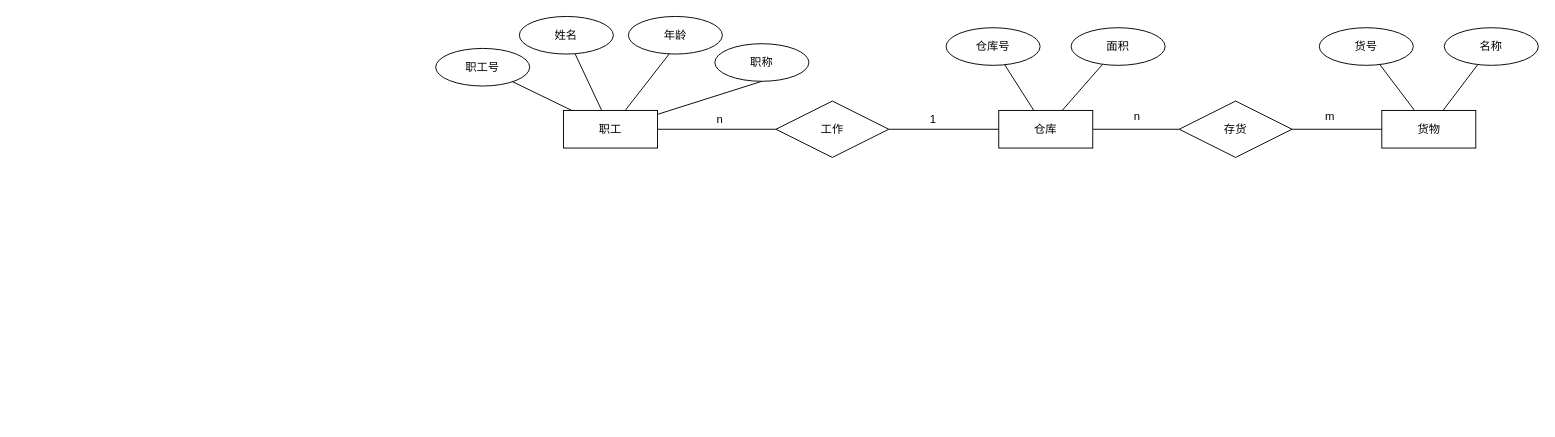
Before: 数据原理.drawio in Wishlove09/drawio, a draw.io diagram. Source tidied: cells renumbered, new cells numbered last; positions are measured from the earlier drawing's top-left corner, leaving out a move shared by most shapes. Both pictures are drawn from the tidied source at 94%, with x=0, y=0 at pixel (435, 16).
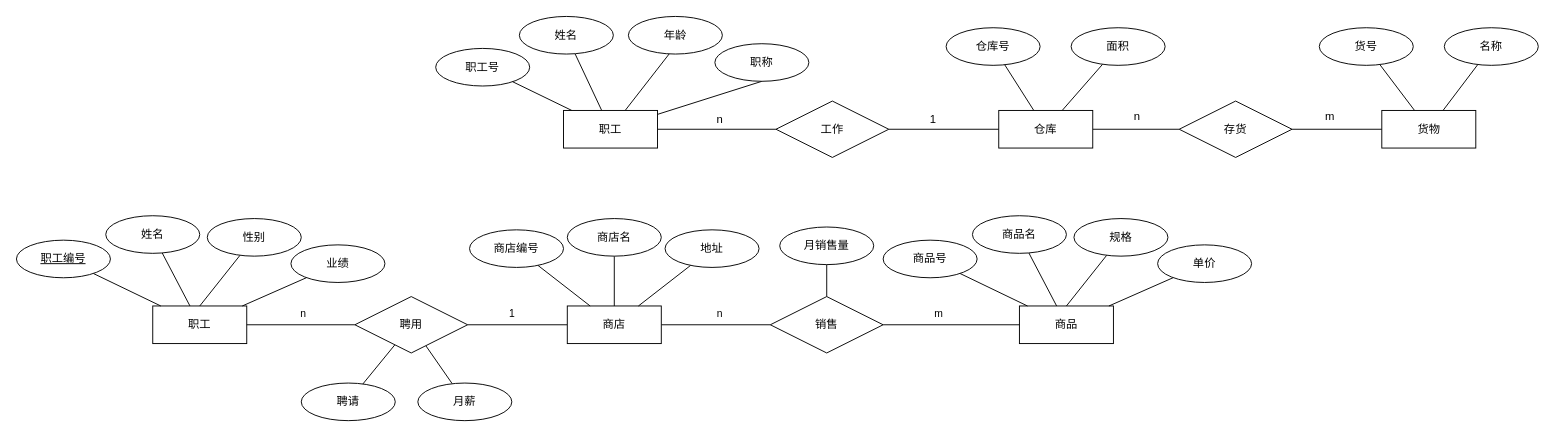
The same diagram, later.

Commit message (it also covers changes not shown here):
更新数据原理.drawio

Change to the diagram source:
```diff
@@
+    <mxCell id="31" style="edgeStyle=none;shape=connector;rounded=0;jettySize=auto;html=1;entryX=0;entryY=0.5;entryDx=0;entryDy=0;labelBackgroundColor=default;strokeColor=default;fontFamily=Helvetica;fontSize=11;fontColor=default;endArrow=none;endFill=0;" parent="1" edge="1" source="33" target="50">
+      <mxGeometry relative="1" as="geometry" />
+    </mxCell>
+    <mxCell id="32" style="edgeStyle=none;shape=connector;rounded=0;jettySize=auto;html=1;labelBackgroundColor=default;strokeColor=default;fontFamily=Helvetica;fontSize=11;fontColor=default;endArrow=none;endFill=0;" parent="1" edge="1" source="33" target="67">
+      <mxGeometry relative="1" as="geometry" />
+    </mxCell>
+    <mxCell id="33" value="商店" style="whiteSpace=wrap;html=1;align=center;" parent="1" vertex="1">
+      <mxGeometry x="140" y="308" width="100" height="40" as="geometry" />
+    </mxCell>
+    <mxCell id="34" style="rounded=0;jettySize=auto;html=1;endArrow=none;endFill=0;" parent="1" edge="1" source="35" target="33">
+      <mxGeometry relative="1" as="geometry" />
+    </mxCell>
+    <mxCell id="35" value="商店编号" style="ellipse;whiteSpace=wrap;html=1;align=center;" parent="1" vertex="1">
+      <mxGeometry x="36" y="227" width="100" height="40" as="geometry" />
+    </mxCell>
+    <mxCell id="36" style="rounded=0;jettySize=auto;html=1;endArrow=none;endFill=0;" parent="1" edge="1" source="37" target="33">
+      <mxGeometry relative="1" as="geometry" />
+    </mxCell>
+    <mxCell id="37" value="商店名" style="ellipse;whiteSpace=wrap;html=1;align=center;" parent="1" vertex="1">
+      <mxGeometry x="140" y="215" width="100" height="40" as="geometry" />
+    </mxCell>
+    <mxCell id="38" style="rounded=0;jettySize=auto;html=1;endArrow=none;endFill=0;" parent="1" edge="1" source="39" target="33">
+      <mxGeometry relative="1" as="geometry" />
+    </mxCell>
+    <mxCell id="39" value="地址" style="ellipse;whiteSpace=wrap;html=1;align=center;" parent="1" vertex="1">
+      <mxGeometry x="244" y="227" width="100" height="40" as="geometry" />
+    </mxCell>
+    <mxCell id="40" value="商品" style="whiteSpace=wrap;html=1;align=center;" parent="1" vertex="1">
+      <mxGeometry x="621" y="308" width="100" height="40" as="geometry" />
+    </mxCell>
+    <mxCell id="41" style="edgeStyle=none;shape=connector;rounded=0;jettySize=auto;html=1;labelBackgroundColor=default;strokeColor=default;fontFamily=Helvetica;fontSize=11;fontColor=default;endArrow=none;endFill=0;" parent="1" edge="1" source="42" target="40">
+      <mxGeometry relative="1" as="geometry" />
+    </mxCell>
+    <mxCell id="42" value="商品号" style="ellipse;whiteSpace=wrap;html=1;align=center;" parent="1" vertex="1">
+      <mxGeometry x="476" y="238" width="100" height="40" as="geometry" />
+    </mxCell>
+    <mxCell id="43" style="edgeStyle=none;shape=connector;rounded=0;jettySize=auto;html=1;labelBackgroundColor=default;strokeColor=default;fontFamily=Helvetica;fontSize=11;fontColor=default;endArrow=none;endFill=0;" parent="1" edge="1" source="44" target="40">
+      <mxGeometry relative="1" as="geometry" />
+    </mxCell>
+    <mxCell id="44" value="商品名" style="ellipse;whiteSpace=wrap;html=1;align=center;" parent="1" vertex="1">
+      <mxGeometry x="571" y="212" width="100" height="40" as="geometry" />
+    </mxCell>
+    <mxCell id="45" style="rounded=0;jettySize=auto;html=1;entryX=0.5;entryY=0;entryDx=0;entryDy=0;strokeColor=default;endArrow=none;endFill=0;" parent="1" edge="1" source="46" target="40">
+      <mxGeometry relative="1" as="geometry" />
+    </mxCell>
+    <mxCell id="46" value="规格" style="ellipse;whiteSpace=wrap;html=1;align=center;" parent="1" vertex="1">
+      <mxGeometry x="679" y="215" width="100" height="40" as="geometry" />
+    </mxCell>
+    <mxCell id="47" style="edgeStyle=none;shape=connector;rounded=0;jettySize=auto;html=1;labelBackgroundColor=default;strokeColor=default;fontFamily=Helvetica;fontSize=11;fontColor=default;endArrow=none;endFill=0;" parent="1" edge="1" source="48" target="40">
+      <mxGeometry relative="1" as="geometry" />
+    </mxCell>
+    <mxCell id="48" value="单价" style="ellipse;whiteSpace=wrap;html=1;align=center;" parent="1" vertex="1">
+      <mxGeometry x="768" y="243" width="100" height="40" as="geometry" />
+    </mxCell>
+    <mxCell id="49" style="edgeStyle=none;shape=connector;rounded=0;jettySize=auto;html=1;entryX=0;entryY=0.5;entryDx=0;entryDy=0;labelBackgroundColor=default;strokeColor=default;fontFamily=Helvetica;fontSize=11;fontColor=default;endArrow=none;endFill=0;" parent="1" edge="1" source="50" target="40">
+      <mxGeometry relative="1" as="geometry" />
+    </mxCell>
+    <mxCell id="50" value="销售" style="shape=rhombus;perimeter=rhombusPerimeter;whiteSpace=wrap;html=1;align=center;" parent="1" vertex="1">
+      <mxGeometry x="356" y="298" width="120" height="60" as="geometry" />
+    </mxCell>
+    <mxCell id="51" style="edgeStyle=none;shape=connector;rounded=0;jettySize=auto;html=1;labelBackgroundColor=default;strokeColor=default;fontFamily=Helvetica;fontSize=11;fontColor=default;endArrow=none;endFill=0;" parent="1" edge="1" source="52" target="50">
+      <mxGeometry relative="1" as="geometry" />
+    </mxCell>
+    <mxCell id="52" value="月销售量" style="ellipse;whiteSpace=wrap;html=1;align=center;" parent="1" vertex="1">
+      <mxGeometry x="366" y="224" width="100" height="40" as="geometry" />
+    </mxCell>
+    <mxCell id="53" value="n" style="text;html=1;align=center;verticalAlign=middle;strokeColor=none;fillColor=none;fontSize=11;fontFamily=Helvetica;fontColor=default;" parent="1" vertex="1">
+      <mxGeometry x="289" y="303" width="25" height="26" as="geometry" />
+    </mxCell>
+    <mxCell id="54" value="m" style="text;html=1;align=center;verticalAlign=middle;strokeColor=none;fillColor=none;fontSize=11;fontFamily=Helvetica;fontColor=default;" parent="1" vertex="1">
+      <mxGeometry x="521" y="303" width="28" height="26" as="geometry" />
+    </mxCell>
+    <mxCell id="55" value="职工" style="whiteSpace=wrap;html=1;align=center;" parent="1" vertex="1">
+      <mxGeometry x="-301" y="308" width="100" height="40" as="geometry" />
+    </mxCell>
+    <mxCell id="56" style="edgeStyle=none;shape=connector;rounded=0;jettySize=auto;html=1;labelBackgroundColor=default;strokeColor=default;fontFamily=Helvetica;fontSize=11;fontColor=default;endArrow=none;endFill=0;" parent="1" edge="1" source="57" target="55">
+      <mxGeometry relative="1" as="geometry" />
+    </mxCell>
+    <mxCell id="57" value="职工编号" style="ellipse;whiteSpace=wrap;html=1;align=center;fontStyle=4;" parent="1" vertex="1">
+      <mxGeometry x="-446" y="238" width="100" height="40" as="geometry" />
+    </mxCell>
+    <mxCell id="58" style="edgeStyle=none;shape=connector;rounded=0;jettySize=auto;html=1;labelBackgroundColor=default;strokeColor=default;fontFamily=Helvetica;fontSize=11;fontColor=default;endArrow=none;endFill=0;" parent="1" edge="1" source="59" target="55">
+      <mxGeometry relative="1" as="geometry" />
+    </mxCell>
+    <mxCell id="59" value="姓名" style="ellipse;whiteSpace=wrap;html=1;align=center;" parent="1" vertex="1">
+      <mxGeometry x="-351" y="212" width="100" height="40" as="geometry" />
+    </mxCell>
+    <mxCell id="60" style="rounded=0;jettySize=auto;html=1;entryX=0.5;entryY=0;entryDx=0;entryDy=0;strokeColor=default;endArrow=none;endFill=0;" parent="1" edge="1" source="61" target="55">
+      <mxGeometry relative="1" as="geometry" />
+    </mxCell>
+    <mxCell id="61" value="性别" style="ellipse;whiteSpace=wrap;html=1;align=center;" parent="1" vertex="1">
+      <mxGeometry x="-243" y="215" width="100" height="40" as="geometry" />
+    </mxCell>
+    <mxCell id="62" style="edgeStyle=none;shape=connector;rounded=0;jettySize=auto;html=1;labelBackgroundColor=default;strokeColor=default;fontFamily=Helvetica;fontSize=11;fontColor=default;endArrow=none;endFill=0;" parent="1" edge="1" source="63" target="55">
+      <mxGeometry relative="1" as="geometry" />
+    </mxCell>
+    <mxCell id="63" value="业绩" style="ellipse;whiteSpace=wrap;html=1;align=center;" parent="1" vertex="1">
+      <mxGeometry x="-154" y="243" width="100" height="40" as="geometry" />
+    </mxCell>
+    <mxCell id="64" style="edgeStyle=none;shape=connector;rounded=0;jettySize=auto;html=1;entryX=1;entryY=0.5;entryDx=0;entryDy=0;labelBackgroundColor=default;strokeColor=default;fontFamily=Helvetica;fontSize=11;fontColor=default;endArrow=none;endFill=0;" parent="1" edge="1" source="67" target="55">
+      <mxGeometry relative="1" as="geometry" />
+    </mxCell>
+    <mxCell id="65" style="edgeStyle=none;shape=connector;rounded=0;jettySize=auto;html=1;labelBackgroundColor=default;strokeColor=default;fontFamily=Helvetica;fontSize=11;fontColor=default;endArrow=none;endFill=0;" parent="1" edge="1" source="67" target="68">
+      <mxGeometry relative="1" as="geometry" />
+    </mxCell>
+    <mxCell id="66" style="edgeStyle=none;shape=connector;rounded=0;jettySize=auto;html=1;labelBackgroundColor=default;strokeColor=default;fontFamily=Helvetica;fontSize=11;fontColor=default;endArrow=none;endFill=0;" parent="1" edge="1" source="67" target="69">
+      <mxGeometry relative="1" as="geometry" />
+    </mxCell>
+    <mxCell id="67" value="聘用" style="shape=rhombus;perimeter=rhombusPerimeter;whiteSpace=wrap;html=1;align=center;" parent="1" vertex="1">
+      <mxGeometry x="-86" y="298" width="120" height="60" as="geometry" />
+    </mxCell>
+    <mxCell id="68" value="聘请" style="ellipse;whiteSpace=wrap;html=1;align=center;" parent="1" vertex="1">
+      <mxGeometry x="-143" y="390" width="100" height="40" as="geometry" />
+    </mxCell>
+    <mxCell id="69" value="月薪" style="ellipse;whiteSpace=wrap;html=1;align=center;" parent="1" vertex="1">
+      <mxGeometry x="-19" y="390" width="100" height="40" as="geometry" />
+    </mxCell>
+    <mxCell id="70" value="1" style="text;html=1;align=center;verticalAlign=middle;strokeColor=none;fillColor=none;fontSize=11;fontFamily=Helvetica;fontColor=default;" parent="1" vertex="1">
+      <mxGeometry x="68" y="303" width="25" height="26" as="geometry" />
+    </mxCell>
+    <mxCell id="71" value="n" style="text;html=1;align=center;verticalAlign=middle;strokeColor=none;fillColor=none;fontSize=11;fontFamily=Helvetica;fontColor=default;" parent="1" vertex="1">
+      <mxGeometry x="-154" y="303" width="25" height="26" as="geometry" />
+    </mxCell>
```
